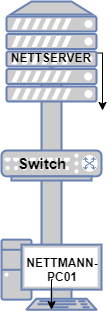
Above: IF11C/ITS/images/Networkplan.png in Semoxea/IF11C (draw.io), before the change. Source tidied: cells renumbered, new cells last; positions are measured from the earlier drawing's top-left corner, leaving out a move shared by most shapes.
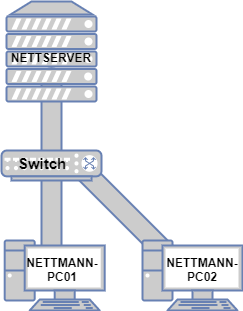
Above is the later version.

Diff of the diagram source:
```diff
@@ -2,30 +2,24 @@
   <root>
     <mxCell id="0" />
     <mxCell id="1" parent="0" />
+    <mxCell id="12" style="html=1;fillColor=#CCCCCC;strokeColor=#6881B3;gradientColor=none;gradientDirection=north;strokeWidth=2;shape=mxgraph.networks.bus;gradientColor=none;gradientDirection=north;fontColor=#ffffff;perimeter=backbonePerimeter;backboneSize=20;rotation=45;" parent="1" vertex="1">
+      <mxGeometry x="58.4" y="212.5" width="160.2" height="20" as="geometry" />
+    </mxCell>
     <mxCell id="2" style="html=1;fillColor=#CCCCCC;strokeColor=#6881B3;gradientColor=none;gradientDirection=north;strokeWidth=2;shape=mxgraph.networks.bus;gradientColor=none;gradientDirection=north;fontColor=#ffffff;perimeter=backbonePerimeter;backboneSize=20;rotation=90;" parent="1" vertex="1">
       <mxGeometry x="-0.2" y="107.3" width="106.4" height="20" as="geometry" />
     </mxCell>
     <mxCell id="3" style="html=1;fillColor=#CCCCCC;strokeColor=#6881B3;gradientColor=none;gradientDirection=north;strokeWidth=2;shape=mxgraph.networks.bus;gradientColor=none;gradientDirection=north;fontColor=#ffffff;perimeter=backbonePerimeter;backboneSize=20;rotation=90;" parent="1" vertex="1">
       <mxGeometry x="3.3" y="199.4" width="99.4" height="20" as="geometry" />
     </mxCell>
-    <mxCell id="4" style="edgeStyle=orthogonalEdgeStyle;rounded=0;orthogonalLoop=1;jettySize=auto;html=1;exitX=0.25;exitY=0.5;exitDx=0;exitDy=0;exitPerimeter=0;" parent="1" edge="1">
-      <mxGeometry relative="1" as="geometry">
-        <mxPoint x="59" y="51.5" as="sourcePoint" />
-        <mxPoint x="104" y="109" as="targetPoint" />
-      </mxGeometry>
-    </mxCell>
     <mxCell id="5" style="fontColor=#0066CC;verticalAlign=top;verticalLabelPosition=bottom;labelPosition=center;align=center;html=1;fillColor=#CCCCCC;strokeColor=#6881B3;gradientColor=none;gradientDirection=north;strokeWidth=2;shape=mxgraph.networks.server;" parent="1" vertex="1">
       <mxGeometry x="8" width="90" height="100" as="geometry" />
     </mxCell>
     <mxCell id="6" style="fontColor=#0066CC;verticalAlign=top;verticalLabelPosition=bottom;labelPosition=center;align=center;html=1;outlineConnect=0;fillColor=#CCCCCC;strokeColor=#6881B3;gradientColor=none;gradientDirection=north;strokeWidth=2;shape=mxgraph.networks.pc;" parent="1" vertex="1">
-      <mxGeometry x="3" y="238.1" width="100" height="70" as="geometry" />
+      <mxGeometry x="6.2" y="239" width="100" height="70" as="geometry" />
     </mxCell>
     <mxCell id="7" style="fontColor=#0066CC;verticalAlign=top;verticalLabelPosition=bottom;labelPosition=center;align=center;html=1;fillColor=#CCCCCC;strokeColor=#6881B3;gradientColor=none;gradientDirection=north;strokeWidth=2;shape=mxgraph.networks.switch;" parent="1" vertex="1">
       <mxGeometry x="3" y="149" width="100" height="30" as="geometry" />
     </mxCell>
-    <mxCell id="8" style="edgeStyle=orthogonalEdgeStyle;rounded=0;jettySize=auto;html=1;exitX=0.25;exitY=1;exitDx=0;exitDy=0;entryX=0.5;entryY=1;entryDx=0;entryDy=0;entryPerimeter=0;fontSize=15;fontColor=#000000;" parent="1" edge="1" source="9" target="6">
-      <mxGeometry relative="1" as="geometry" />
-    </mxCell>
     <mxCell id="9" value="&lt;font color=&quot;#000000&quot;&gt;NETTMANN-PC01&lt;/font&gt;" style="text;html=1;strokeColor=none;fillColor=none;align=center;verticalAlign=middle;whiteSpace=wrap;rounded=0;fontStyle=1;" parent="1" vertex="1">
       <mxGeometry x="44" y="258.1" width="40" height="20" as="geometry" />
     </mxCell>
@@ -35,5 +29,11 @@
     <mxCell id="11" value="Switch" style="text;html=1;strokeColor=none;fillColor=none;align=center;verticalAlign=middle;whiteSpace=wrap;rounded=0;fontColor=#000000;fontSize=15;fontStyle=1;" parent="1" vertex="1">
       <mxGeometry x="24" y="154" width="40" height="15" as="geometry" />
     </mxCell>
+    <mxCell id="8" style="fontColor=#0066CC;verticalAlign=top;verticalLabelPosition=bottom;labelPosition=center;align=center;html=1;fillColor=#CCCCCC;strokeColor=#6881B3;gradientColor=none;gradientDirection=north;strokeWidth=2;shape=mxgraph.networks.pc;" parent="1" vertex="1">
+      <mxGeometry x="144" y="239" width="100" height="70" as="geometry" />
+    </mxCell>
+    <mxCell id="13" value="&lt;font color=&quot;#000000&quot;&gt;NETTMANN-PC02&lt;/font&gt;" style="text;html=1;strokeColor=none;fillColor=none;align=center;verticalAlign=middle;whiteSpace=wrap;rounded=0;fontStyle=1;" parent="1" vertex="1">
+      <mxGeometry x="184" y="258.1" width="40" height="20" as="geometry" />
+    </mxCell>
   </root>
 </mxGraphModel>
```
